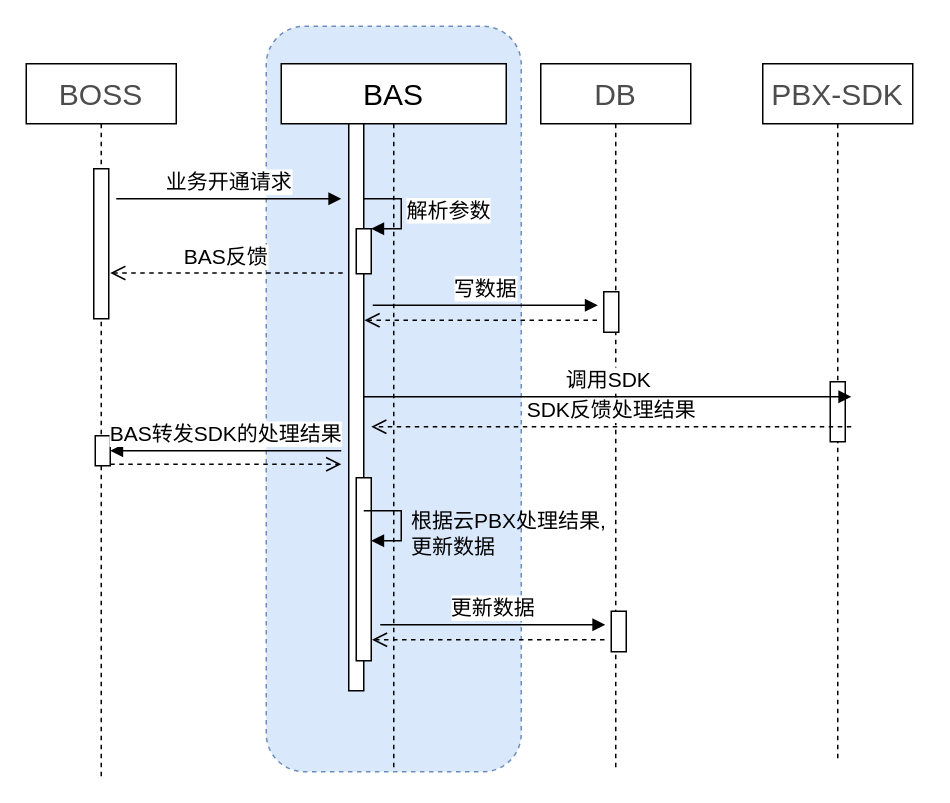
waterwatermelon/graph keeps this draw.io diagram as page "interaction-simpify" (2 of 2) of BAS/sequence-PBX-interaction.drawio. Above is the earlier version. Source tidied: cells renumbered, new cells numbered last; positions are measured from the earlier drawing's top-left corner, leaving out a move shared by most shapes. Both pictures are drawn from the tidied source at 150%, with x=0, y=0 at pixel (26, 26).
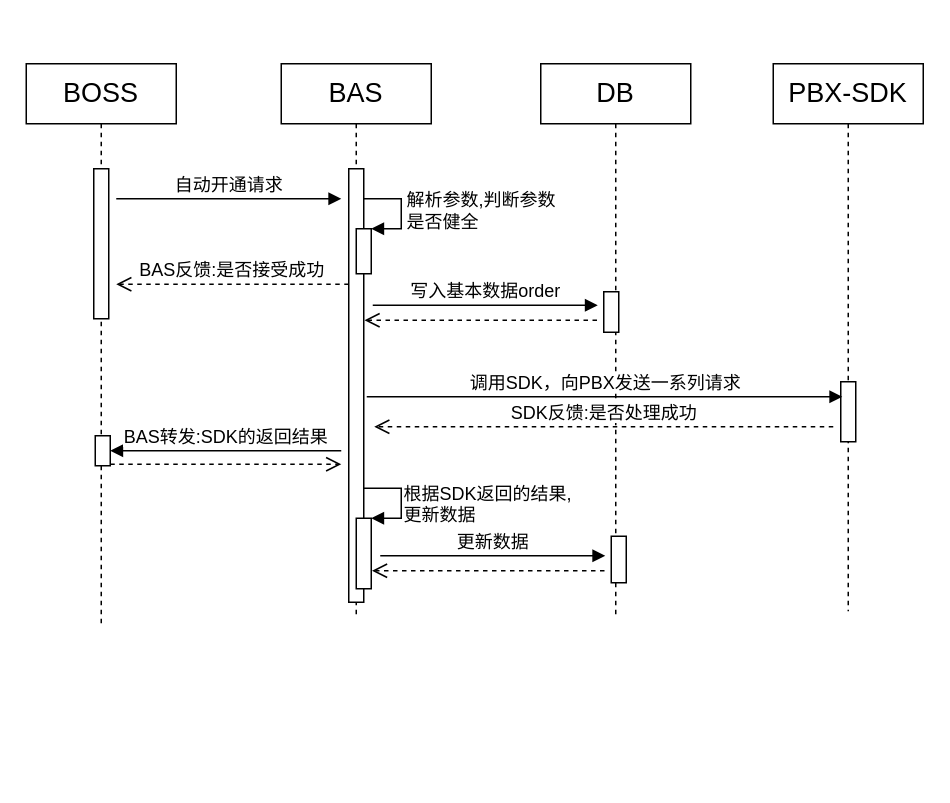
The same page after the edit.

Change to the diagram source:
```diff
@@
-    <mxCell id="2" style="rounded=1;whiteSpace=wrap;html=1;fontSize=20;fillColor=#dae8fc;strokeColor=#6c8ebf;dashed=1;" parent="1" vertex="1">
-      <mxGeometry x="160" width="170" height="497" as="geometry" />
-    </mxCell>
-    <mxCell id="3" value="BOSS" style="shape=umlLifeline;perimeter=lifelinePerimeter;whiteSpace=wrap;html=1;fontSize=20;fontColor=#4D4D4D;" parent="1" vertex="1">
-      <mxGeometry y="25" width="100" height="475" as="geometry" />
+    <mxCell id="3" value="BOSS" style="shape=umlLifeline;perimeter=lifelinePerimeter;whiteSpace=wrap;html=1;fontSize=18;" parent="1" vertex="1">
+      <mxGeometry y="25" width="100" height="375" as="geometry" />
     </mxCell>
-    <mxCell id="4" style="html=1;perimeter=orthogonalPerimeter;fontSize=14;" parent="3" vertex="1">
-      <mxGeometry x="45" y="70" width="10" height="100" as="geometry" />
-    </mxCell>
+    <mxCell id="28" style="html=1;perimeter=orthogonalPerimeter;fontSize=12;" parent="3" vertex="1">
+      <mxGeometry x="45" y="70" width="10" height="100" as="geometry" />
+    </mxCell>
-    <mxCell id="5" value="BAS" style="shape=umlLifeline;perimeter=lifelinePerimeter;whiteSpace=wrap;html=1;fontSize=20;" parent="1" vertex="1">
-      <mxGeometry x="170" y="25" width="150" height="470" as="geometry" />
+    <mxCell id="5" value="BAS" style="shape=umlLifeline;perimeter=lifelinePerimeter;whiteSpace=wrap;html=1;fontSize=18;" parent="1" vertex="1">
+      <mxGeometry x="170" y="25" width="100" height="370" as="geometry" />
     </mxCell>
-    <mxCell id="6" style="html=1;perimeter=orthogonalPerimeter;fontSize=14;" parent="5" vertex="1">
-      <mxGeometry x="45" y="40" width="10" height="378" as="geometry" />
-    </mxCell>
+    <mxCell id="29" style="html=1;perimeter=orthogonalPerimeter;fontSize=14;" parent="5" vertex="1">
+      <mxGeometry x="45" y="70" width="10" height="289" as="geometry" />
+    </mxCell>
-    <mxCell id="7" value="DB" style="shape=umlLifeline;perimeter=lifelinePerimeter;whiteSpace=wrap;html=1;fontSize=20;fontColor=#4D4D4D;" parent="1" vertex="1">
-      <mxGeometry x="343" y="25" width="100" height="470" as="geometry" />
+    <mxCell id="7" value="DB" style="shape=umlLifeline;perimeter=lifelinePerimeter;whiteSpace=wrap;html=1;fontSize=18;" parent="1" vertex="1">
+      <mxGeometry x="343" y="25" width="100" height="370" as="geometry" />
     </mxCell>
+    <mxCell id="30" style="html=1;perimeter=orthogonalPerimeter;fontSize=12;" parent="7" vertex="1">
+      <mxGeometry x="47" y="315" width="10" height="31" as="geometry" />
+    </mxCell>
-    <mxCell id="8" value="PBX-SDK" style="shape=umlLifeline;perimeter=lifelinePerimeter;whiteSpace=wrap;html=1;fontSize=20;fontColor=#4D4D4D;" parent="1" vertex="1">
-      <mxGeometry x="491" y="25" width="100" height="465" as="geometry" />
+    <mxCell id="8" value="PBX-SDK" style="shape=umlLifeline;perimeter=lifelinePerimeter;whiteSpace=wrap;html=1;fontSize=18;" parent="1" vertex="1">
+      <mxGeometry x="498" y="25" width="100" height="365" as="geometry" />
     </mxCell>
-    <mxCell id="9" style="html=1;perimeter=orthogonalPerimeter;fontSize=14;" parent="8" vertex="1">
-      <mxGeometry x="45" y="212" width="10" height="40" as="geometry" />
-    </mxCell>
-    <mxCell id="10" value="业务开通请求" style="html=1;verticalAlign=bottom;endArrow=block;fontSize=14;" parent="1" edge="1">
-      <mxGeometry relative="1" as="geometry">
-        <mxPoint x="60" y="115" as="sourcePoint" />
-        <mxPoint x="210" y="115" as="targetPoint" />
-      </mxGeometry>
-    </mxCell>
-    <mxCell id="11" value="BAS反馈" style="html=1;verticalAlign=bottom;endArrow=open;dashed=1;endSize=8;fontSize=14;" parent="1" edge="1">
-      <mxGeometry relative="1" as="geometry">
-        <mxPoint x="211" y="164.5" as="sourcePoint" />
-        <mxPoint x="56" y="164.5" as="targetPoint" />
-      </mxGeometry>
-    </mxCell>
-    <mxCell id="12" style="html=1;points=[];perimeter=orthogonalPerimeter;fontSize=14;" parent="1" vertex="1">
-      <mxGeometry x="220" y="135" width="10" height="30" as="geometry" />
-    </mxCell>
-    <mxCell id="13" value="解析参数" style="edgeStyle=orthogonalEdgeStyle;html=1;align=left;spacingLeft=2;endArrow=block;rounded=0;entryX=1;entryY=0;fontSize=14;" parent="1" edge="1" target="12">
-      <mxGeometry relative="1" as="geometry">
-        <mxPoint x="225" y="115" as="sourcePoint" />
-        <Array as="points">
-          <mxPoint x="250" y="115" />
-        </Array>
-      </mxGeometry>
-    </mxCell>
-    <mxCell id="14" value="SDK反馈处理结果" style="html=1;verticalAlign=bottom;endArrow=open;dashed=1;endSize=8;fontSize=14;" parent="1" edge="1">
-      <mxGeometry relative="1" as="geometry">
-        <mxPoint x="550" y="267" as="sourcePoint" />
-        <mxPoint x="230" y="267" as="targetPoint" />
-      </mxGeometry>
-    </mxCell>
-    <mxCell id="15" value="调用SDK" style="html=1;verticalAlign=bottom;endArrow=block;fontSize=14;" parent="1" edge="1">
-      <mxGeometry relative="1" as="geometry">
-        <mxPoint x="225" y="247" as="sourcePoint" />
-        <mxPoint x="550" y="247" as="targetPoint" />
-      </mxGeometry>
-    </mxCell>
-    <mxCell id="16" style="html=1;points=[];perimeter=orthogonalPerimeter;fontSize=14;" parent="1" vertex="1">
-      <mxGeometry x="46" y="273" width="10" height="20" as="geometry" />
-    </mxCell>
-    <mxCell id="17" value="BAS转发SDK的处理结果" style="html=1;verticalAlign=bottom;endArrow=block;entryX=1;entryY=0;fontSize=14;" parent="1" edge="1">
-      <mxGeometry relative="1" as="geometry">
-        <mxPoint x="210" y="283" as="sourcePoint" />
-        <mxPoint x="56" y="283" as="targetPoint" />
-      </mxGeometry>
-    </mxCell>
-    <mxCell id="18" style="html=1;verticalAlign=bottom;endArrow=open;dashed=1;endSize=8;exitX=1;exitY=0.95;fontSize=14;" parent="1" edge="1" source="16">
-      <mxGeometry relative="1" as="geometry">
-        <mxPoint x="210" y="292" as="targetPoint" />
-      </mxGeometry>
-    </mxCell>
-    <mxCell id="19" style="html=1;perimeter=orthogonalPerimeter;fontSize=14;" parent="1" vertex="1">
-      <mxGeometry x="220" y="301" width="10" height="122" as="geometry" />
-    </mxCell>
-    <mxCell id="20" style="edgeStyle=orthogonalEdgeStyle;html=1;align=left;spacingLeft=2;endArrow=block;rounded=0;entryX=1;entryY=0;fontSize=14;" parent="1" edge="1">
-      <mxGeometry relative="1" as="geometry">
-        <mxPoint x="225" y="323" as="sourcePoint" />
-        <mxPoint x="230" y="343" as="targetPoint" />
-        <Array as="points">
-          <mxPoint x="250" y="323" />
-        </Array>
-      </mxGeometry>
-    </mxCell>
-    <mxCell id="21" value="根据云PBX处理结果,&lt;br&gt;更新数据" style="text;html=1;fontSize=14;" parent="1" vertex="1">
-      <mxGeometry x="255" y="315" width="130" height="30" as="geometry" />
-    </mxCell>
-    <mxCell id="22" style="html=1;perimeter=orthogonalPerimeter;fontSize=14;" parent="1" vertex="1">
-      <mxGeometry x="390" y="390" width="10" height="27" as="geometry" />
-    </mxCell>
+    <mxCell id="31" style="html=1;perimeter=orthogonalPerimeter;fontSize=12;" parent="8" vertex="1">
+      <mxGeometry x="45" y="212" width="10" height="40" as="geometry" />
+    </mxCell>
+    <mxCell id="32" value="自动开通请求" style="html=1;verticalAlign=bottom;endArrow=block;fontSize=12;" parent="1" edge="1">
+      <mxGeometry relative="1" as="geometry">
+        <mxPoint x="60" y="115" as="sourcePoint" />
+        <mxPoint x="210" y="115" as="targetPoint" />
+      </mxGeometry>
+    </mxCell>
+    <mxCell id="33" value="BAS反馈:是否接受成功" style="html=1;verticalAlign=bottom;endArrow=open;dashed=1;endSize=8;fontSize=12;" parent="1" edge="1">
+      <mxGeometry relative="1" as="geometry">
+        <mxPoint x="215" y="172" as="sourcePoint" />
+        <mxPoint x="60" y="172" as="targetPoint" />
+      </mxGeometry>
+    </mxCell>
+    <mxCell id="34" style="html=1;points=[];perimeter=orthogonalPerimeter;fontSize=12;" parent="1" vertex="1">
+      <mxGeometry x="220" y="135" width="10" height="30" as="geometry" />
+    </mxCell>
+    <mxCell id="35" value="解析参数,判断参数&lt;br style=&quot;font-size: 12px;&quot;&gt;是否健全" style="edgeStyle=orthogonalEdgeStyle;html=1;align=left;spacingLeft=2;endArrow=block;rounded=0;entryX=1;entryY=0;fontSize=12;" parent="1" edge="1" target="34">
+      <mxGeometry relative="1" as="geometry">
+        <mxPoint x="225" y="115" as="sourcePoint" />
+        <Array as="points">
+          <mxPoint x="250" y="115" />
+        </Array>
+      </mxGeometry>
+    </mxCell>
+    <mxCell id="36" value="SDK反馈:是否处理成功" style="html=1;verticalAlign=bottom;endArrow=open;dashed=1;endSize=8;fontSize=12;" parent="1" edge="1">
+      <mxGeometry relative="1" as="geometry">
+        <mxPoint x="538" y="267" as="sourcePoint" />
+        <mxPoint x="232" y="267" as="targetPoint" />
+      </mxGeometry>
+    </mxCell>
+    <mxCell id="37" value="调用SDK，向PBX发送一系列请求" style="html=1;verticalAlign=bottom;endArrow=block;fontSize=12;" parent="1" edge="1">
+      <mxGeometry relative="1" as="geometry">
+        <mxPoint x="227" y="247" as="sourcePoint" />
+        <mxPoint x="544" y="247" as="targetPoint" />
+      </mxGeometry>
+    </mxCell>
+    <mxCell id="38" style="html=1;points=[];perimeter=orthogonalPerimeter;fontSize=12;" parent="1" vertex="1">
+      <mxGeometry x="46" y="273" width="10" height="20" as="geometry" />
+    </mxCell>
+    <mxCell id="39" value="BAS转发:SDK的返回结果" style="html=1;verticalAlign=bottom;endArrow=block;entryX=1;entryY=0;fontSize=12;" parent="1" edge="1">
+      <mxGeometry relative="1" as="geometry">
+        <mxPoint x="210" y="283" as="sourcePoint" />
+        <mxPoint x="56" y="283" as="targetPoint" />
+      </mxGeometry>
+    </mxCell>
+    <mxCell id="40" style="html=1;verticalAlign=bottom;endArrow=open;dashed=1;endSize=8;exitX=1;exitY=0.95;fontSize=12;" parent="1" edge="1" source="38">
+      <mxGeometry relative="1" as="geometry">
+        <mxPoint x="210" y="292" as="targetPoint" />
+      </mxGeometry>
+    </mxCell>
+    <mxCell id="41" style="html=1;points=[];perimeter=orthogonalPerimeter;fontSize=12;" parent="1" vertex="1">
+      <mxGeometry x="220" y="328" width="10" height="47" as="geometry" />
+    </mxCell>
+    <mxCell id="42" style="edgeStyle=orthogonalEdgeStyle;html=1;align=left;spacingLeft=2;endArrow=block;rounded=0;entryX=1;entryY=0;fontSize=12;" parent="1" edge="1" target="41">
+      <mxGeometry relative="1" as="geometry">
+        <mxPoint x="225" y="308" as="sourcePoint" />
+        <Array as="points">
+          <mxPoint x="250" y="308" />
+        </Array>
+      </mxGeometry>
+    </mxCell>
-    <mxCell id="23" value="更新数据" style="html=1;verticalAlign=bottom;endArrow=block;fontSize=14;" parent="1" edge="1">
+    <mxCell id="23" value="更新数据" style="html=1;verticalAlign=bottom;endArrow=block;fontSize=12;" parent="1" edge="1">
       <mxGeometry relative="1" as="geometry">
-        <mxPoint x="236" y="399" as="sourcePoint" />
-        <mxPoint x="386" y="399" as="targetPoint" />
+        <mxPoint x="236" y="353" as="sourcePoint" />
+        <mxPoint x="386" y="353" as="targetPoint" />
       </mxGeometry>
     </mxCell>
-    <mxCell id="24" style="html=1;verticalAlign=bottom;endArrow=open;dashed=1;endSize=8;fontSize=14;" parent="1" edge="1">
-      <mxGeometry relative="1" as="geometry">
-        <mxPoint x="385.5" y="409" as="sourcePoint" />
-        <mxPoint x="230.5" y="409" as="targetPoint" />
-      </mxGeometry>
-    </mxCell>
-    <mxCell id="25" style="html=1;perimeter=orthogonalPerimeter;fontSize=14;" parent="1" vertex="1">
-      <mxGeometry x="385" y="177" width="10" height="27" as="geometry" />
-    </mxCell>
-    <mxCell id="26" value="写数据" style="html=1;verticalAlign=bottom;endArrow=block;fontSize=14;" parent="1" edge="1">
-      <mxGeometry relative="1" as="geometry">
-        <mxPoint x="231" y="186" as="sourcePoint" />
-        <mxPoint x="381" y="186" as="targetPoint" />
-      </mxGeometry>
-    </mxCell>
-    <mxCell id="27" style="html=1;verticalAlign=bottom;endArrow=open;dashed=1;endSize=8;fontSize=14;" parent="1" edge="1">
-      <mxGeometry relative="1" as="geometry">
-        <mxPoint x="380.5" y="196" as="sourcePoint" />
-        <mxPoint x="225.5" y="196" as="targetPoint" />
-      </mxGeometry>
-    </mxCell>
+    <mxCell id="43" style="html=1;verticalAlign=bottom;endArrow=open;dashed=1;endSize=8;fontSize=12;" parent="1" edge="1">
+      <mxGeometry relative="1" as="geometry">
+        <mxPoint x="385.5" y="363" as="sourcePoint" />
+        <mxPoint x="230.5" y="363" as="targetPoint" />
+      </mxGeometry>
+    </mxCell>
+    <mxCell id="44" value="根据SDK返回的结果,&lt;br style=&quot;font-size: 12px;&quot;&gt;更新数据" style="text;html=1;fontSize=12;" parent="1" vertex="1">
+      <mxGeometry x="250" y="298" width="130" height="30" as="geometry" />
+    </mxCell>
+    <mxCell id="45" style="html=1;perimeter=orthogonalPerimeter;fontSize=12;" parent="1" vertex="1">
+      <mxGeometry x="385" y="177" width="10" height="27" as="geometry" />
+    </mxCell>
+    <mxCell id="46" value="写入基本数据order" style="html=1;verticalAlign=bottom;endArrow=block;fontSize=12;" parent="1" edge="1">
+      <mxGeometry relative="1" as="geometry">
+        <mxPoint x="231" y="186" as="sourcePoint" />
+        <mxPoint x="381" y="186" as="targetPoint" />
+      </mxGeometry>
+    </mxCell>
+    <mxCell id="47" style="html=1;verticalAlign=bottom;endArrow=open;dashed=1;endSize=8;fontSize=12;" parent="1" edge="1">
+      <mxGeometry relative="1" as="geometry">
+        <mxPoint x="380.5" y="196" as="sourcePoint" />
+        <mxPoint x="225.5" y="196" as="targetPoint" />
+      </mxGeometry>
+    </mxCell>
```
